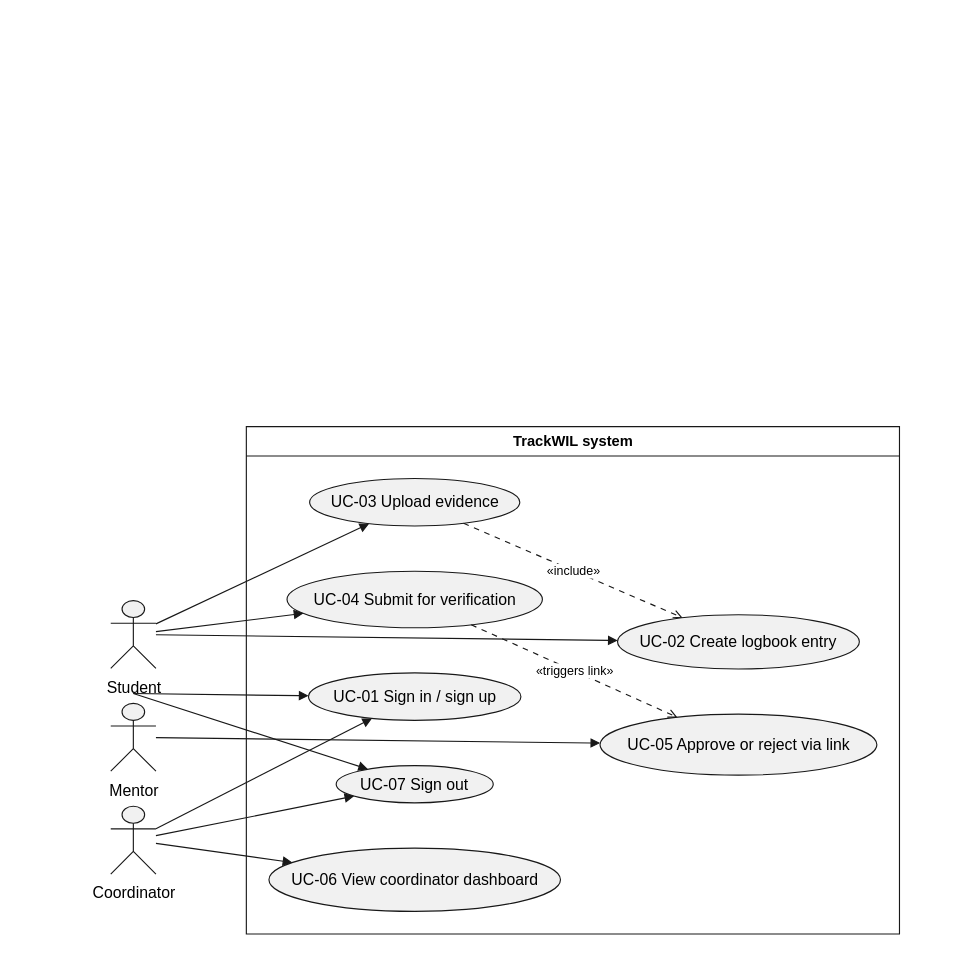
Earlier version of the draw.io diagram 04_System_Design_and_Development/diagrams/Use Case.drawio (Noobey32/TrackWIL). Source tidied: cells renumbered, new cells numbered last; positions are measured from the earlier drawing's top-left corner, leaving out a move shared by most shapes. Both pictures are drawn from the tidied source at 113%, with x=0, y=0 at pixel (19, 19).
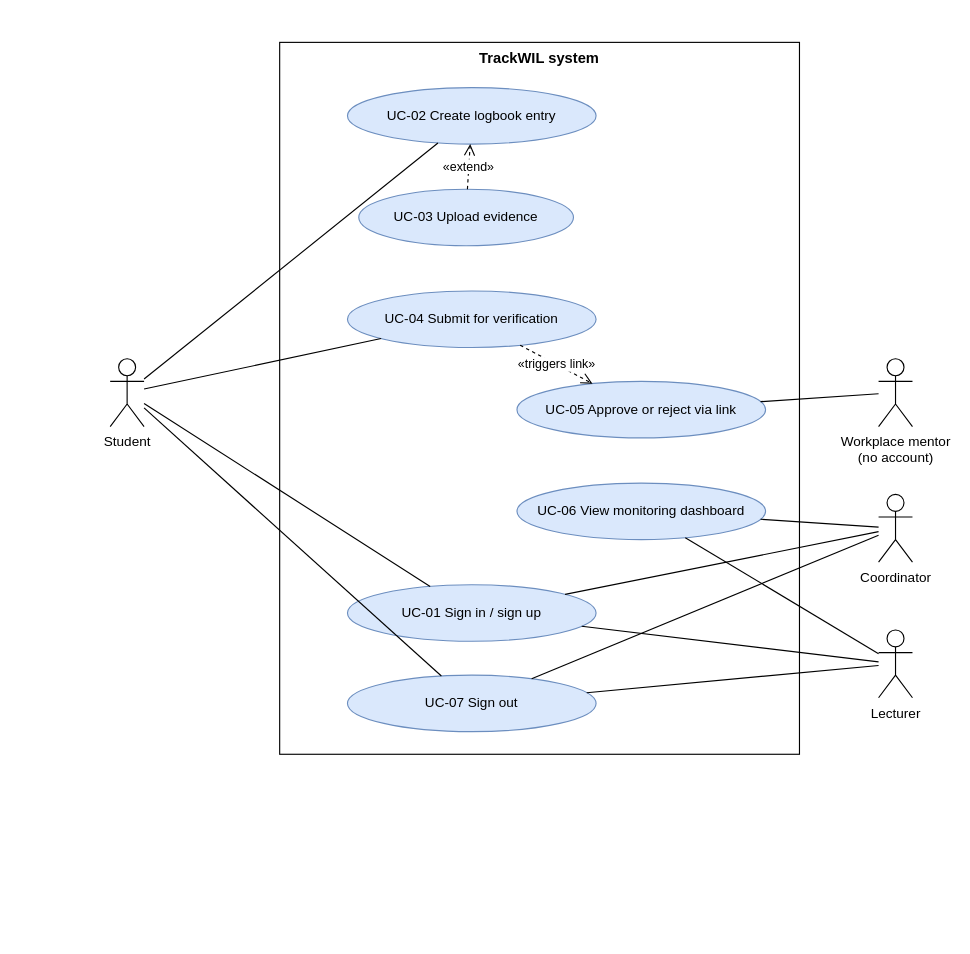
Above is the later version.

What changed in the source:
```diff
@@
-    <mxCell id="2" style="group;transparentBounds=1;editIcon=1;lockedGroup=0;groupPadding=10;" parent="1" vertex="1">
-      <mxGeometry as="geometry" />
-    </mxCell>
-    <mxCell id="3" value="TrackWIL system" style="swimlane;startSize=26;fillColor=none;strokeColor=#181818;fontColor=#000000;fontSize=13;fontStyle=1;whiteSpace=wrap;" parent="2" vertex="1">
-      <mxGeometry x="200.5" y="360" width="578" height="449" as="geometry" />
+    <mxCell id="3" value="TrackWIL system" style="rounded=0;whiteSpace=wrap;html=1;verticalAlign=top;fontStyle=1;fillColor=none;fontSize=13;" parent="1" vertex="1">
+      <mxGeometry x="230" y="20" width="460" height="630" as="geometry" />
     </mxCell>
+    <mxCell id="9" value="UC-02 Create logbook entry" style="ellipse;whiteSpace=wrap;html=1;fillColor=#dae8fc;strokeColor=#6c8ebf;fontSize=12;" parent="1" vertex="1">
+      <mxGeometry x="290" y="60" width="220" height="50" as="geometry" />
+    </mxCell>
-    <mxCell id="4" value="UC-03 Upload evidence" style="ellipse;html=1;fillColor=#F1F1F1;strokeColor=#181818;whiteSpace=wrap;fontColor=#000000;fontSize=14;" parent="3" vertex="1">
-      <mxGeometry x="56" y="46" width="186" height="42" as="geometry" />
+    <mxCell id="4" value="UC-03 Upload evidence" style="ellipse;whiteSpace=wrap;html=1;fillColor=#dae8fc;strokeColor=#6c8ebf;fontSize=12;" parent="1" vertex="1">
+      <mxGeometry x="300" y="150" width="190" height="50" as="geometry" />
     </mxCell>
-    <mxCell id="5" value="UC-04 Submit for verification" style="ellipse;html=1;fillColor=#F1F1F1;strokeColor=#181818;whiteSpace=wrap;fontColor=#000000;fontSize=14;" parent="3" vertex="1">
-      <mxGeometry x="36" y="128" width="226" height="50" as="geometry" />
+    <mxCell id="5" value="UC-04 Submit for verification" style="ellipse;whiteSpace=wrap;html=1;fillColor=#dae8fc;strokeColor=#6c8ebf;fontSize=12;" parent="1" vertex="1">
+      <mxGeometry x="290" y="240" width="220" height="50" as="geometry" />
     </mxCell>
+    <mxCell id="10" value="UC-05 Approve or reject via link" style="ellipse;whiteSpace=wrap;html=1;fillColor=#dae8fc;strokeColor=#6c8ebf;fontSize=12;" parent="1" vertex="1">
+      <mxGeometry x="440" y="320" width="220" height="50" as="geometry" />
+    </mxCell>
+    <mxCell id="28" value="UC-06 View monitoring dashboard" style="ellipse;whiteSpace=wrap;html=1;fillColor=#dae8fc;strokeColor=#6c8ebf;fontSize=12;" parent="1" vertex="1">
+      <mxGeometry x="440" y="410" width="220" height="50" as="geometry" />
+    </mxCell>
-    <mxCell id="6" value="UC-01 Sign in / sign up" style="ellipse;html=1;fillColor=#F1F1F1;strokeColor=#181818;whiteSpace=wrap;fontColor=#000000;fontSize=14;" parent="3" vertex="1">
-      <mxGeometry x="55" y="218" width="188" height="42" as="geometry" />
+    <mxCell id="6" value="UC-01 Sign in / sign up" style="ellipse;whiteSpace=wrap;html=1;fillColor=#dae8fc;strokeColor=#6c8ebf;fontSize=12;" parent="1" vertex="1">
+      <mxGeometry x="290" y="500" width="220" height="50" as="geometry" />
     </mxCell>
-    <mxCell id="7" value="UC-07 Sign out" style="ellipse;html=1;fillColor=#F1F1F1;strokeColor=#181818;whiteSpace=wrap;fontColor=#000000;fontSize=14;" parent="3" vertex="1">
-      <mxGeometry x="79.5" y="300" width="139" height="33" as="geometry" />
+    <mxCell id="7" value="UC-07 Sign out" style="ellipse;whiteSpace=wrap;html=1;fillColor=#dae8fc;strokeColor=#6c8ebf;fontSize=12;" parent="1" vertex="1">
+      <mxGeometry x="290" y="580" width="220" height="50" as="geometry" />
     </mxCell>
-    <mxCell id="8" value="UC-06 View coordinator dashboard" style="ellipse;html=1;fillColor=#F1F1F1;strokeColor=#181818;whiteSpace=wrap;fontColor=#000000;fontSize=14;" parent="3" vertex="1">
-      <mxGeometry x="20" y="373" width="258" height="56" as="geometry" />
-    </mxCell>
-    <mxCell id="9" value="UC-02 Create logbook entry" style="ellipse;html=1;fillColor=#F1F1F1;strokeColor=#181818;whiteSpace=wrap;fontColor=#000000;fontSize=14;" parent="3" vertex="1">
-      <mxGeometry x="328.5" y="166.5" width="214" height="48" as="geometry" />
-    </mxCell>
-    <mxCell id="10" value="UC-05 Approve or reject via link" style="ellipse;html=1;fillColor=#F1F1F1;strokeColor=#181818;whiteSpace=wrap;fontColor=#000000;fontSize=14;" parent="3" vertex="1">
-      <mxGeometry x="313" y="254.5" width="245" height="54" as="geometry" />
-    </mxCell>
+    <mxCell id="14" value="Student" style="shape=umlActor;verticalLabelPosition=bottom;verticalAlign=top;html=1;outlineConnect=0;fontSize=12;" parent="1" vertex="1">
+      <mxGeometry x="80" y="300" width="30" height="60" as="geometry" />
+    </mxCell>
+    <mxCell id="29" value="Workplace mentor&lt;br&gt;(no account)" style="shape=umlActor;verticalLabelPosition=bottom;verticalAlign=top;html=1;outlineConnect=0;fontSize=12;" parent="1" vertex="1">
+      <mxGeometry x="760" y="300" width="30" height="60" as="geometry" />
+    </mxCell>
+    <mxCell id="18" value="Coordinator" style="shape=umlActor;verticalLabelPosition=bottom;verticalAlign=top;html=1;outlineConnect=0;fontSize=12;" parent="1" vertex="1">
+      <mxGeometry x="760" y="420" width="30" height="60" as="geometry" />
+    </mxCell>
+    <mxCell id="30" value="Lecturer" style="shape=umlActor;verticalLabelPosition=bottom;verticalAlign=top;html=1;outlineConnect=0;fontSize=12;" parent="1" vertex="1">
+      <mxGeometry x="760" y="540" width="30" height="60" as="geometry" />
+    </mxCell>
+    <mxCell id="31" style="endArrow=none;html=1;rounded=0;" parent="1" edge="1" source="14" target="9">
+      <mxGeometry relative="1" as="geometry" />
+    </mxCell>
+    <mxCell id="32" style="endArrow=none;html=1;rounded=0;" parent="1" edge="1" source="14" target="5">
+      <mxGeometry relative="1" as="geometry" />
+    </mxCell>
+    <mxCell id="33" style="endArrow=none;html=1;rounded=0;" parent="1" edge="1" source="14" target="6">
+      <mxGeometry relative="1" as="geometry" />
+    </mxCell>
+    <mxCell id="34" style="endArrow=none;html=1;rounded=0;" parent="1" edge="1" source="14" target="7">
+      <mxGeometry relative="1" as="geometry" />
+    </mxCell>
-    <mxCell id="11" value="«include»" style="endArrow=open;dashed=1;dashPattern=5 5;strokeColor=#181818;fontColor=#000000;fontSize=11;edgeStyle=none;rounded=0;html=1;curved=0;endSize=6;sourcePerimeterSpacing=0;targetPerimeterSpacing=0;" parent="3" edge="1" source="4" target="9">
+    <mxCell id="11" value="«extend»" style="endArrow=open;dashed=1;html=1;rounded=0;fontSize=11;endSize=8;" parent="1" edge="1" source="4" target="9">
       <mxGeometry relative="1" as="geometry" />
     </mxCell>
-    <mxCell id="12" value="«triggers link»" style="endArrow=open;dashed=1;dashPattern=5 5;strokeColor=#181818;fontColor=#000000;fontSize=11;edgeStyle=none;rounded=0;html=1;curved=0;endSize=6;sourcePerimeterSpacing=0;targetPerimeterSpacing=0;" parent="3" edge="1" source="5" target="10">
+    <mxCell id="12" value="«triggers link»" style="endArrow=open;dashed=1;html=1;rounded=0;fontSize=11;endSize=8;" parent="1" edge="1" source="5" target="10">
       <mxGeometry relative="1" as="geometry" />
     </mxCell>
-    <mxCell id="13" style="shape=umlActor;html=1;fillColor=#F1F1F1;strokeColor=#181818;fontColor=#000000;fontSize=14;" parent="2" vertex="1">
-      <mxGeometry x="80.5" y="514" width="40" height="60" as="geometry" />
-    </mxCell>
-    <mxCell id="14" value="Student" style="text;html=1;align=center;verticalAlign=top;fontColor=#000000;fontSize=14;" parent="2" vertex="1">
-      <mxGeometry x="70" y="576" width="61" height="17" as="geometry" />
-    </mxCell>
-    <mxCell id="15" style="shape=umlActor;html=1;fillColor=#F1F1F1;strokeColor=#181818;fontColor=#000000;fontSize=14;" parent="2" vertex="1">
-      <mxGeometry x="80.5" y="605" width="40" height="60" as="geometry" />
-    </mxCell>
-    <mxCell id="16" value="Mentor" style="text;html=1;align=center;verticalAlign=top;fontColor=#000000;fontSize=14;" parent="2" vertex="1">
-      <mxGeometry x="48" y="667" width="105" height="17" as="geometry" />
-    </mxCell>
-    <mxCell id="17" style="shape=umlActor;html=1;fillColor=#F1F1F1;strokeColor=#181818;fontColor=#000000;fontSize=14;" parent="2" vertex="1">
-      <mxGeometry x="80.5" y="696" width="40" height="60" as="geometry" />
-    </mxCell>
-    <mxCell id="18" value="Coordinator" style="text;html=1;align=center;verticalAlign=top;fontColor=#000000;fontSize=14;" parent="2" vertex="1">
-      <mxGeometry x="57" y="758" width="87" height="17" as="geometry" />
-    </mxCell>
-    <mxCell id="19" style="endArrow=block;endFill=1;strokeColor=#181818;fontColor=#000000;fontSize=11;edgeStyle=none;rounded=0;html=1;exitX=0.5;exitY=1.37;exitPerimeter=0;curved=0;endSize=6;sourcePerimeterSpacing=0;targetPerimeterSpacing=0;" parent="2" edge="1" source="13" target="6">
-      <mxGeometry relative="1" as="geometry" />
-    </mxCell>
-    <mxCell id="20" style="endArrow=block;endFill=1;strokeColor=#181818;fontColor=#000000;fontSize=11;edgeStyle=none;rounded=0;html=1;curved=0;endSize=6;sourcePerimeterSpacing=0;targetPerimeterSpacing=0;" parent="2" edge="1" source="13" target="9">
-      <mxGeometry relative="1" as="geometry" />
-    </mxCell>
-    <mxCell id="21" style="endArrow=block;endFill=1;strokeColor=#181818;fontColor=#000000;fontSize=11;edgeStyle=none;rounded=0;html=1;curved=0;endSize=6;sourcePerimeterSpacing=0;targetPerimeterSpacing=0;" parent="2" edge="1" source="13" target="4">
-      <mxGeometry relative="1" as="geometry" />
-    </mxCell>
-    <mxCell id="22" style="endArrow=block;endFill=1;strokeColor=#181818;fontColor=#000000;fontSize=11;edgeStyle=none;rounded=0;html=1;curved=0;endSize=6;sourcePerimeterSpacing=0;targetPerimeterSpacing=0;" parent="2" edge="1" source="13" target="5">
-      <mxGeometry relative="1" as="geometry" />
-    </mxCell>
-    <mxCell id="23" style="endArrow=block;endFill=1;strokeColor=#181818;fontColor=#000000;fontSize=11;edgeStyle=none;rounded=0;html=1;exitX=0.5;exitY=1.37;exitPerimeter=0;curved=0;endSize=6;sourcePerimeterSpacing=0;targetPerimeterSpacing=0;" parent="2" edge="1" source="13" target="7">
-      <mxGeometry relative="1" as="geometry" />
-    </mxCell>
-    <mxCell id="24" style="endArrow=block;endFill=1;strokeColor=#181818;fontColor=#000000;fontSize=11;edgeStyle=none;rounded=0;html=1;curved=0;endSize=6;sourcePerimeterSpacing=0;targetPerimeterSpacing=0;" parent="2" edge="1" source="15" target="10">
-      <mxGeometry relative="1" as="geometry" />
-    </mxCell>
-    <mxCell id="25" style="endArrow=block;endFill=1;strokeColor=#181818;fontColor=#000000;fontSize=11;edgeStyle=none;rounded=0;html=1;curved=0;endSize=6;sourcePerimeterSpacing=0;targetPerimeterSpacing=0;" parent="2" edge="1" source="17" target="6">
-      <mxGeometry relative="1" as="geometry" />
-    </mxCell>
-    <mxCell id="26" style="endArrow=block;endFill=1;strokeColor=#181818;fontColor=#000000;fontSize=11;edgeStyle=none;rounded=0;html=1;curved=0;endSize=6;sourcePerimeterSpacing=0;targetPerimeterSpacing=0;" parent="2" edge="1" source="17" target="8">
-      <mxGeometry relative="1" as="geometry" />
-    </mxCell>
-    <mxCell id="27" style="endArrow=block;endFill=1;strokeColor=#181818;fontColor=#000000;fontSize=11;edgeStyle=none;rounded=0;html=1;curved=0;endSize=6;sourcePerimeterSpacing=0;targetPerimeterSpacing=0;" parent="2" edge="1" source="17" target="7">
-      <mxGeometry relative="1" as="geometry" />
-    </mxCell>
+    <mxCell id="35" style="endArrow=none;html=1;rounded=0;" parent="1" edge="1" source="29" target="10">
+      <mxGeometry relative="1" as="geometry" />
+    </mxCell>
+    <mxCell id="36" style="endArrow=none;html=1;rounded=0;" parent="1" edge="1" source="18" target="28">
+      <mxGeometry relative="1" as="geometry" />
+    </mxCell>
+    <mxCell id="37" style="endArrow=none;html=1;rounded=0;" parent="1" edge="1" source="18" target="6">
+      <mxGeometry relative="1" as="geometry" />
+    </mxCell>
+    <mxCell id="38" style="endArrow=none;html=1;rounded=0;" parent="1" edge="1" source="18" target="7">
+      <mxGeometry relative="1" as="geometry" />
+    </mxCell>
+    <mxCell id="39" style="endArrow=none;html=1;rounded=0;" parent="1" edge="1" source="30" target="28">
+      <mxGeometry relative="1" as="geometry" />
+    </mxCell>
+    <mxCell id="40" style="endArrow=none;html=1;rounded=0;" parent="1" edge="1" source="30" target="6">
+      <mxGeometry relative="1" as="geometry" />
+    </mxCell>
+    <mxCell id="41" style="endArrow=none;html=1;rounded=0;" parent="1" edge="1" source="30" target="7">
+      <mxGeometry relative="1" as="geometry" />
+    </mxCell>
```
